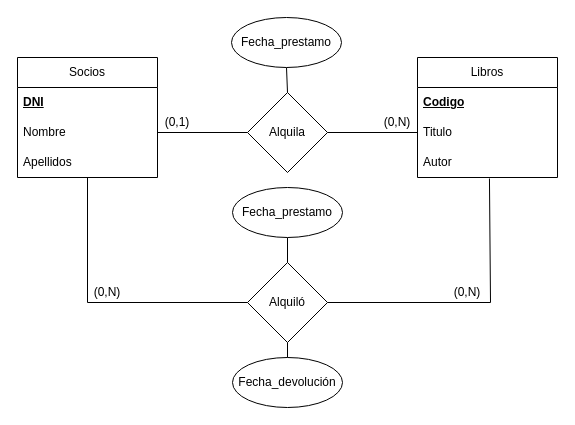
The draw.io diagram Diagrama Sen nome.drawio in a21marcoscm/EntidadRelacion, before the edit. Source tidied: cells renumbered, new cells numbered last; positions are measured from the earlier drawing's top-left corner, leaving out a move shared by most shapes. Both pictures are drawn from the tidied source at 100%, with x=0, y=0 at pixel (17, 17).
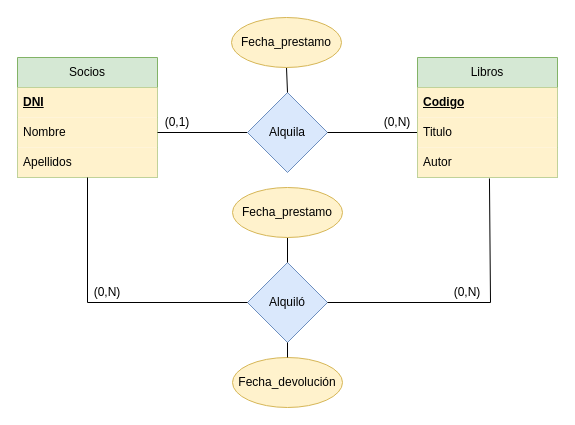
The same diagram, later.

Diff of the diagram source:
```diff
@@
-    <mxCell id="2" value="Socios" style="swimlane;fontStyle=0;horizontal=1;startSize=30;whiteSpace=wrap;html=1;" parent="1" vertex="1">
+    <mxCell id="2" value="Socios" style="swimlane;fontStyle=0;horizontal=1;startSize=30;whiteSpace=wrap;html=1;fillColor=#d5e8d4;strokeColor=#82b366;" parent="1" vertex="1">
       <mxGeometry y="40" width="140" height="120" as="geometry" />
     </mxCell>
-    <mxCell id="3" value="&lt;b&gt;&lt;u&gt;DNI&lt;/u&gt;&lt;/b&gt;" style="text;strokeColor=none;fillColor=none;align=left;verticalAlign=middle;spacingLeft=4;spacingRight=4;overflow=hidden;whiteSpace=wrap;html=1;" parent="2" vertex="1">
+    <mxCell id="3" value="&lt;b&gt;&lt;u&gt;DNI&lt;/u&gt;&lt;/b&gt;" style="text;strokeColor=none;fillColor=#fff2cc;align=left;verticalAlign=middle;spacingLeft=4;spacingRight=4;overflow=hidden;whiteSpace=wrap;html=1;" parent="2" vertex="1">
       <mxGeometry y="30" width="140" height="30" as="geometry" />
     </mxCell>
-    <mxCell id="4" value="Nombre" style="text;strokeColor=none;fillColor=none;align=left;verticalAlign=middle;spacingLeft=4;spacingRight=4;overflow=hidden;points=[[0,0.5],[1,0.5]];portConstraint=eastwest;whiteSpace=wrap;html=1;" parent="2" vertex="1">
+    <mxCell id="4" value="Nombre" style="text;strokeColor=none;fillColor=#fff2cc;align=left;verticalAlign=middle;spacingLeft=4;spacingRight=4;overflow=hidden;points=[[0,0.5],[1,0.5]];portConstraint=eastwest;whiteSpace=wrap;html=1;" parent="2" vertex="1">
       <mxGeometry y="60" width="140" height="30" as="geometry" />
     </mxCell>
-    <mxCell id="5" value="Apellidos" style="text;strokeColor=none;fillColor=none;align=left;verticalAlign=middle;spacingLeft=4;spacingRight=4;overflow=hidden;whiteSpace=wrap;html=1;" parent="2" vertex="1">
+    <mxCell id="5" value="Apellidos" style="text;strokeColor=none;fillColor=#fff2cc;align=left;verticalAlign=middle;spacingLeft=4;spacingRight=4;overflow=hidden;whiteSpace=wrap;html=1;" parent="2" vertex="1">
       <mxGeometry y="90" width="140" height="30" as="geometry" />
     </mxCell>
@@
-    <mxCell id="7" value="Alquila" style="rhombus;whiteSpace=wrap;html=1;" parent="1" vertex="1">
+    <mxCell id="7" value="Alquila" style="rhombus;whiteSpace=wrap;html=1;fillColor=#dae8fc;strokeColor=#6c8ebf;" parent="1" vertex="1">
       <mxGeometry x="230" y="75" width="80" height="80" as="geometry" />
     </mxCell>
@@
-    <mxCell id="9" value="Fecha_prestamo" style="ellipse;whiteSpace=wrap;html=1;" parent="1" vertex="1">
+    <mxCell id="9" value="Fecha_prestamo" style="ellipse;whiteSpace=wrap;html=1;fillColor=#fff2cc;strokeColor=#d6b656;" parent="1" vertex="1">
       <mxGeometry x="214" width="110" height="50" as="geometry" />
     </mxCell>
@@
-    <mxCell id="11" value="Libros" style="swimlane;fontStyle=0;horizontal=1;startSize=30;whiteSpace=wrap;html=1;" parent="1" vertex="1">
+    <mxCell id="11" value="Libros" style="swimlane;fontStyle=0;horizontal=1;startSize=30;whiteSpace=wrap;html=1;fillColor=#d5e8d4;strokeColor=#82b366;" parent="1" vertex="1">
       <mxGeometry x="400" y="40" width="140" height="120" as="geometry" />
     </mxCell>
-    <mxCell id="12" value="&lt;u&gt;&lt;b&gt;Codigo&lt;/b&gt;&lt;/u&gt;" style="text;strokeColor=none;fillColor=none;align=left;verticalAlign=middle;spacingLeft=4;spacingRight=4;overflow=hidden;whiteSpace=wrap;html=1;" parent="11" vertex="1">
+    <mxCell id="12" value="&lt;u&gt;&lt;b&gt;Codigo&lt;/b&gt;&lt;/u&gt;" style="text;strokeColor=none;fillColor=#fff2cc;align=left;verticalAlign=middle;spacingLeft=4;spacingRight=4;overflow=hidden;whiteSpace=wrap;html=1;" parent="11" vertex="1">
       <mxGeometry y="30" width="140" height="30" as="geometry" />
     </mxCell>
-    <mxCell id="13" value="Titulo" style="text;strokeColor=none;fillColor=none;align=left;verticalAlign=middle;spacingLeft=4;spacingRight=4;overflow=hidden;points=[[0,0.5],[1,0.5]];portConstraint=eastwest;whiteSpace=wrap;html=1;" parent="11" vertex="1">
+    <mxCell id="13" value="Titulo" style="text;strokeColor=none;fillColor=#fff2cc;align=left;verticalAlign=middle;spacingLeft=4;spacingRight=4;overflow=hidden;points=[[0,0.5],[1,0.5]];portConstraint=eastwest;whiteSpace=wrap;html=1;" parent="11" vertex="1">
       <mxGeometry y="60" width="140" height="30" as="geometry" />
     </mxCell>
-    <mxCell id="14" value="Autor" style="text;strokeColor=none;fillColor=none;align=left;verticalAlign=middle;spacingLeft=4;spacingRight=4;overflow=hidden;points=[[0,0.5],[1,0.5]];portConstraint=eastwest;whiteSpace=wrap;html=1;" parent="11" vertex="1">
+    <mxCell id="14" value="Autor" style="text;strokeColor=none;fillColor=#fff2cc;align=left;verticalAlign=middle;spacingLeft=4;spacingRight=4;overflow=hidden;points=[[0,0.5],[1,0.5]];portConstraint=eastwest;whiteSpace=wrap;html=1;" parent="11" vertex="1">
       <mxGeometry y="90" width="140" height="30" as="geometry" />
     </mxCell>
-    <mxCell id="15" value="Alquiló" style="rhombus;whiteSpace=wrap;html=1;" parent="1" vertex="1">
+    <mxCell id="15" value="Alquiló" style="rhombus;whiteSpace=wrap;html=1;fillColor=#dae8fc;strokeColor=#6c8ebf;" parent="1" vertex="1">
       <mxGeometry x="230" y="245" width="80" height="80" as="geometry" />
     </mxCell>
@@
-    <mxCell id="17" value="Fecha_prestamo" style="ellipse;whiteSpace=wrap;html=1;" parent="1" vertex="1">
+    <mxCell id="17" value="Fecha_prestamo" style="ellipse;whiteSpace=wrap;html=1;fillColor=#fff2cc;strokeColor=#d6b656;" parent="1" vertex="1">
       <mxGeometry x="215" y="170" width="110" height="50" as="geometry" />
     </mxCell>
@@
-    <mxCell id="24" value="Fecha_devolución" style="ellipse;whiteSpace=wrap;html=1;" parent="1" vertex="1">
+    <mxCell id="24" value="Fecha_devolución" style="ellipse;whiteSpace=wrap;html=1;fillColor=#fff2cc;strokeColor=#d6b656;" parent="1" vertex="1">
       <mxGeometry x="215" y="340" width="110" height="50" as="geometry" />
     </mxCell>
```
